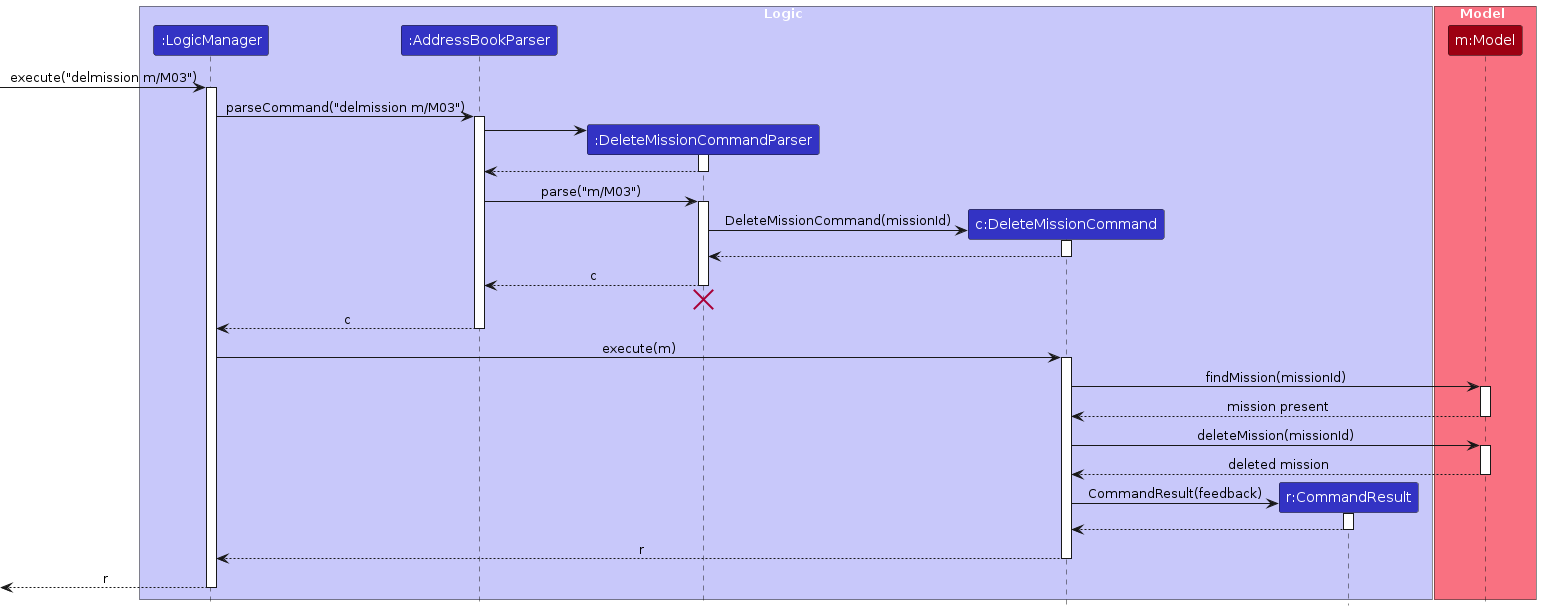
The PlantUML diagram diagrams/DeleteMissionSequenceDiagram.png in AY2627S1-CS2103T-F14a-1/tp, before a commit. Its source is kept beside it as diagrams/DeleteMissionSequenceDiagram.puml.
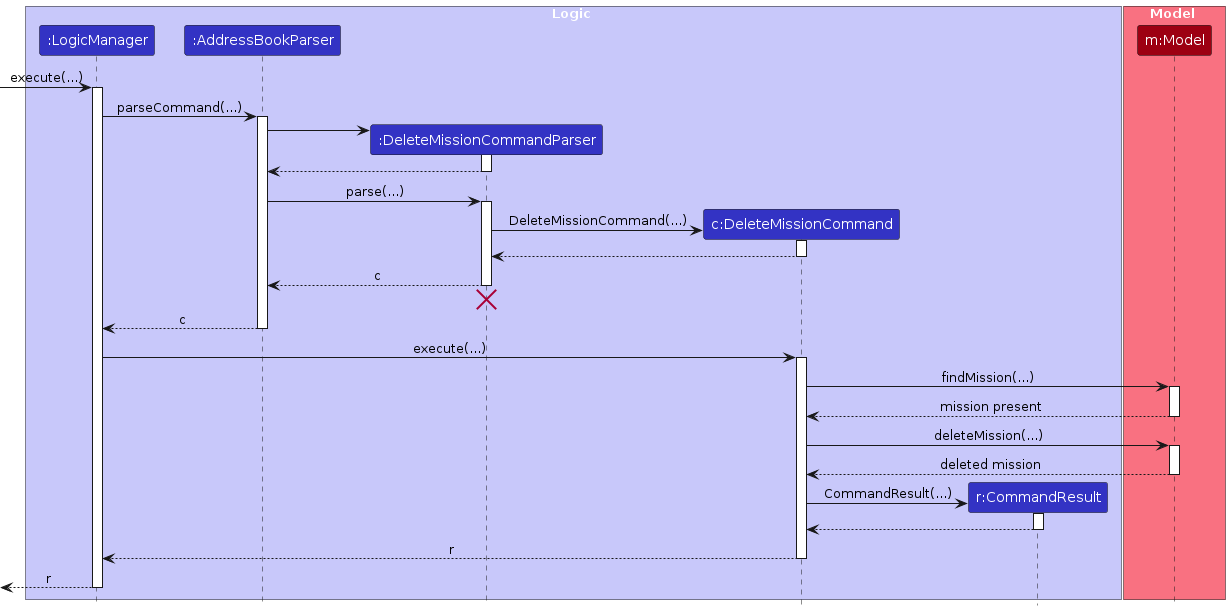
Later version of the same file.

Change to the diagram source:
```diff
@@ -11,19 +11,19 @@
 box Model MODEL_COLOR_T1
 participant "m:Model" as M MODEL_COLOR
 end box
-[-> L : execute("delmission m/M03")
+[-> L : execute(...)
 activate L
-L -> A : parseCommand("delmission m/M03")
+L -> A : parseCommand(...)
 activate A
 create P
 A -> P
 activate P
 P --> A
 deactivate P
-A -> P : parse("m/M03")
+A -> P : parse(...)
 activate P
 create C
-P -> C : DeleteMissionCommand(missionId)
+P -> C : DeleteMissionCommand(...)
 activate C
 C --> P
 deactivate C
@@ -33,18 +33,18 @@
 destroy P
 A --> L : c
 deactivate A
-L -> C : execute(m)
+L -> C : execute(...)
 activate C
-C -> M : findMission(missionId)
+C -> M : findMission(...)
 activate M
 M --> C : mission present
 deactivate M
-C -> M : deleteMission(missionId)
+C -> M : deleteMission(...)
 activate M
 M --> C : deleted mission
 deactivate M
 create R
-C -> R : CommandResult(feedback)
+C -> R : CommandResult(...)
 activate R
 R --> C
 deactivate R
```
